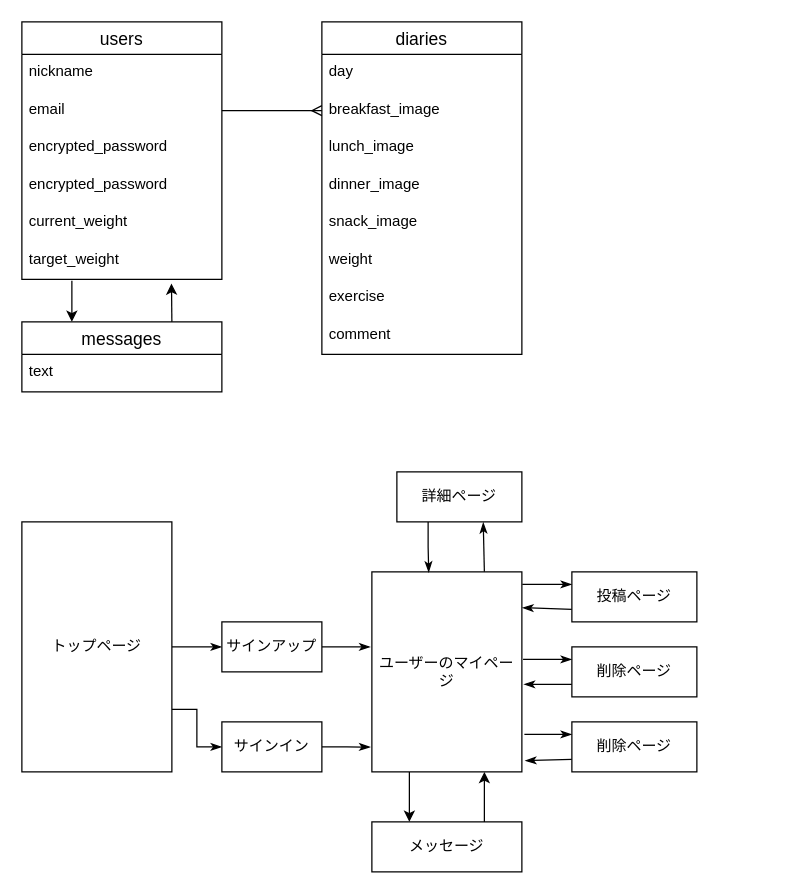
Earlier version of the draw.io diagram test.dio (yuki2216/diet_level_100). Source tidied: cells renumbered, new cells numbered last; positions are measured from the earlier drawing's top-left corner, leaving out a move shared by most shapes. Both pictures are drawn from the tidied source at 125%, with x=0, y=0 at pixel (21, 21).
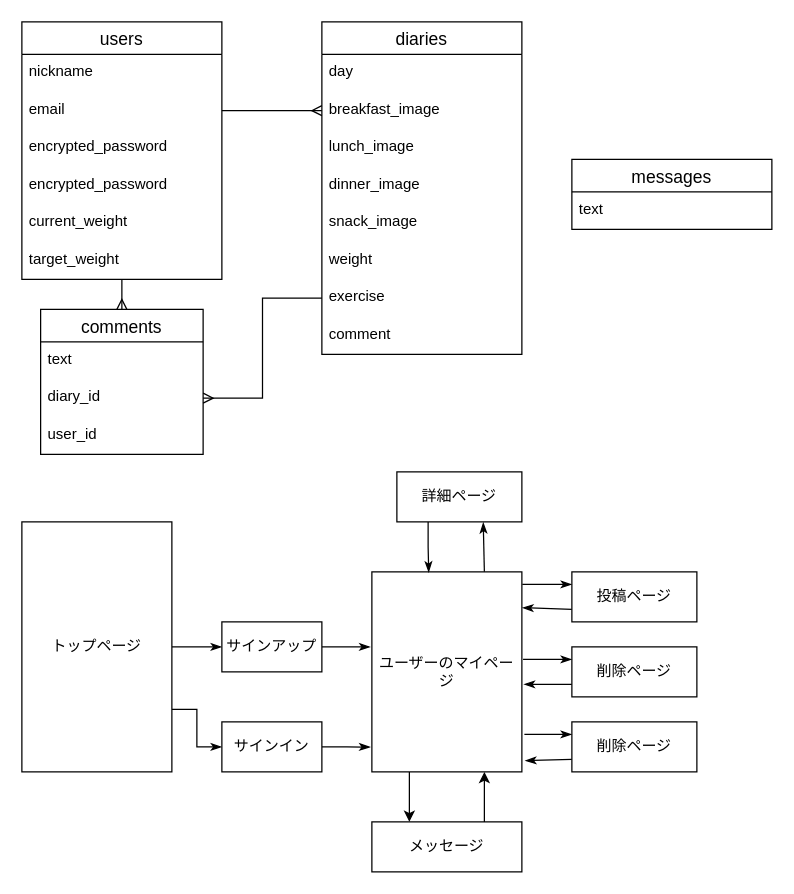
The same diagram, later.

The change refers to these unchanged cells:
```xml
<mxCell id="2" value="users" style="swimlane;fontStyle=0;horizontal=1;startSize=26;align=center;fontSize=14;" parent="1" vertex="1">
  <mxGeometry width="160" height="206" as="geometry" />
</mxCell>
<mxCell id="8" value="target_weight" style="text;strokeColor=none;fillColor=none;spacingLeft=4;spacingRight=4;overflow=hidden;points=[[0,0.5],[1,0.5]];portConstraint=eastwest;fontSize=12;" parent="2" vertex="1">
  <mxGeometry y="176" width="160" height="30" as="geometry" />
</mxCell>
<mxCell id="16" value="exercise" style="text;strokeColor=none;fillColor=none;spacingLeft=4;spacingRight=4;overflow=hidden;points=[[0,0.5],[1,0.5]];portConstraint=eastwest;fontSize=12;" parent="9" vertex="1">
  <mxGeometry y="206" width="160" height="30" as="geometry" />
</mxCell>
```

Change to the diagram source:
```diff
@@
+    <mxCell id="47" style="edgeStyle=orthogonalEdgeStyle;rounded=0;jettySize=auto;html=1;entryX=0.5;entryY=0;entryDx=0;entryDy=0;endArrow=ERmany;endFill=0;" parent="1" edge="1" source="2" target="48">
+      <mxGeometry relative="1" as="geometry" />
+    </mxCell>
@@
     <mxCell id="19" value="messages" style="swimlane;fontStyle=0;horizontal=1;startSize=26;align=center;fontSize=14;" parent="1" vertex="1">
-      <mxGeometry y="240" width="160" height="56" as="geometry" />
+      <mxGeometry x="440" y="110" width="160" height="56" as="geometry" />
     </mxCell>
@@
-    <mxCell id="45" style="endArrow=classic;html=1;exitX=0.75;exitY=0;exitDx=0;exitDy=0;entryX=0.748;entryY=1.111;entryDx=0;entryDy=0;entryPerimeter=0;" parent="1" edge="1" source="19" target="8">
-      <mxGeometry relative="1" as="geometry" />
-    </mxCell>
-    <mxCell id="46" style="endArrow=classic;html=1;entryX=0.25;entryY=0;entryDx=0;entryDy=0;" parent="1" edge="1" target="19">
-      <mxGeometry relative="1" as="geometry">
-        <mxPoint x="40" y="207" as="sourcePoint" />
-      </mxGeometry>
-    </mxCell>
+    <mxCell id="48" value="comments" style="swimlane;fontStyle=0;horizontal=1;startSize=26;align=center;fontSize=14;" parent="1" vertex="1">
+      <mxGeometry x="15" y="230" width="130" height="116" as="geometry" />
+    </mxCell>
+    <mxCell id="49" value="text" style="text;strokeColor=none;fillColor=none;spacingLeft=4;spacingRight=4;overflow=hidden;fontSize=12;" parent="48" vertex="1">
+      <mxGeometry y="26" width="130" height="30" as="geometry" />
+    </mxCell>
+    <mxCell id="50" value="diary_id" style="text;strokeColor=none;fillColor=none;spacingLeft=4;spacingRight=4;overflow=hidden;points=[[0,0.5],[1,0.5]];portConstraint=eastwest;fontSize=12;" parent="48" vertex="1">
+      <mxGeometry y="56" width="130" height="30" as="geometry" />
+    </mxCell>
+    <mxCell id="51" value="user_id" style="text;strokeColor=none;fillColor=none;spacingLeft=4;spacingRight=4;overflow=hidden;fontSize=12;" parent="48" vertex="1">
+      <mxGeometry y="86" width="130" height="30" as="geometry" />
+    </mxCell>
+    <mxCell id="52" style="edgeStyle=orthogonalEdgeStyle;rounded=0;jettySize=auto;html=1;exitX=0;exitY=0.5;exitDx=0;exitDy=0;entryX=1;entryY=0.5;entryDx=0;entryDy=0;endArrow=ERmany;endFill=0;" parent="1" edge="1" source="16" target="50">
+      <mxGeometry relative="1" as="geometry" />
+    </mxCell>
```
